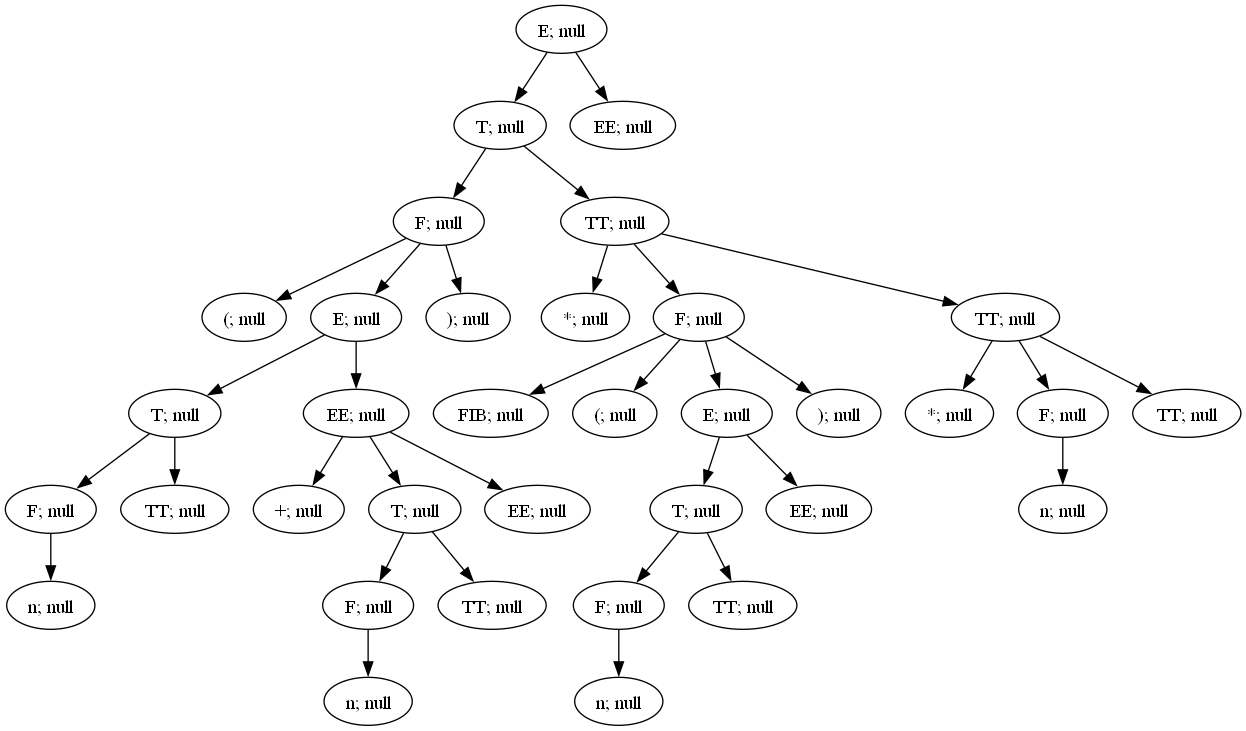
Earlier version of the Graphviz export lab4/graphA3.png (Ultimatereo/MT). Its source is kept beside it as lab4/graphA3.dot.
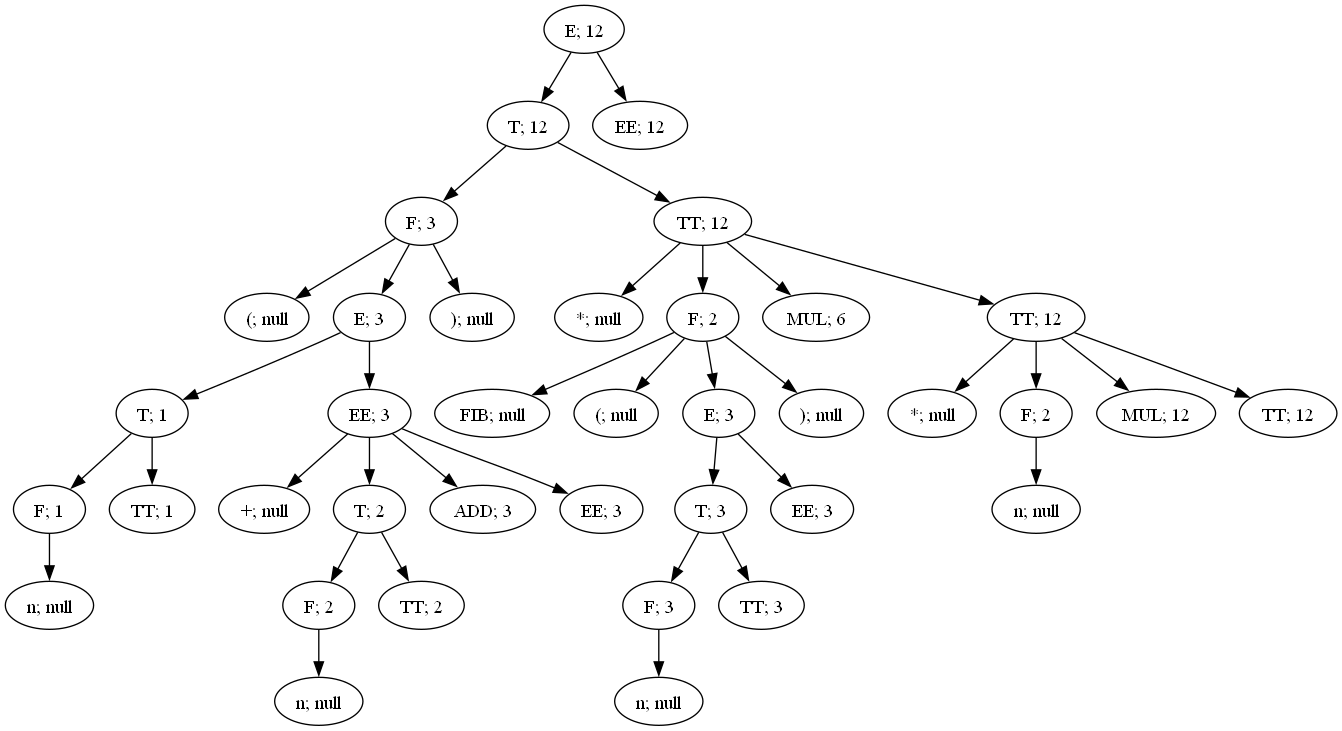
Above is the later version.

The edit, as a diff of the source:
```diff
@@ -1,105 +1,114 @@
 digraph ParserResult {
-"NonTerminal[name=E]_74" [label="E; null"]
-"NonTerminal[name=T]_72" [label="T; null"]
-"NonTerminal[name=E]_74"->"NonTerminal[name=T]_72";
-"NonTerminal[name=T]_72" [label="T; null"]
-"NonTerminal[name=F]_54" [label="F; null"]
-"NonTerminal[name=T]_72"->"NonTerminal[name=F]_54";
-"NonTerminal[name=F]_54" [label="F; null"]
-"Token{name='(', value='('}_40" [label="(; null"]
-"NonTerminal[name=F]_54"->"Token{name='(', value='('}_40";
-"Token{name='(', value='('}_40" [label="(; null"]
-"NonTerminal[name=E]_52" [label="E; null"]
-"NonTerminal[name=F]_54"->"NonTerminal[name=E]_52";
-"NonTerminal[name=E]_52" [label="E; null"]
-"NonTerminal[name=T]_44" [label="T; null"]
-"NonTerminal[name=E]_52"->"NonTerminal[name=T]_44";
-"NonTerminal[name=T]_44" [label="T; null"]
-"NonTerminal[name=F]_42" [label="F; null"]
-"NonTerminal[name=T]_44"->"NonTerminal[name=F]_42";
-"NonTerminal[name=F]_42" [label="F; null"]
-"Token{name='n', value='1'}_41" [label="n; null"]
-"NonTerminal[name=F]_42"->"Token{name='n', value='1'}_41";
-"Token{name='n', value='1'}_41" [label="n; null"]
-"NonTerminal[name=TT]_43" [label="TT; null"]
-"NonTerminal[name=T]_44"->"NonTerminal[name=TT]_43";
-"NonTerminal[name=TT]_43" [label="TT; null"]
-"NonTerminal[name=EE]_51" [label="EE; null"]
-"NonTerminal[name=E]_52"->"NonTerminal[name=EE]_51";
-"NonTerminal[name=EE]_51" [label="EE; null"]
-"Token{name='+', value='+'}_45" [label="+; null"]
-"NonTerminal[name=EE]_51"->"Token{name='+', value='+'}_45";
-"Token{name='+', value='+'}_45" [label="+; null"]
-"NonTerminal[name=T]_49" [label="T; null"]
-"NonTerminal[name=EE]_51"->"NonTerminal[name=T]_49";
-"NonTerminal[name=T]_49" [label="T; null"]
-"NonTerminal[name=F]_47" [label="F; null"]
-"NonTerminal[name=T]_49"->"NonTerminal[name=F]_47";
-"NonTerminal[name=F]_47" [label="F; null"]
-"Token{name='n', value='2'}_46" [label="n; null"]
-"NonTerminal[name=F]_47"->"Token{name='n', value='2'}_46";
-"Token{name='n', value='2'}_46" [label="n; null"]
-"NonTerminal[name=TT]_48" [label="TT; null"]
-"NonTerminal[name=T]_49"->"NonTerminal[name=TT]_48";
-"NonTerminal[name=TT]_48" [label="TT; null"]
-"NonTerminal[name=EE]_50" [label="EE; null"]
-"NonTerminal[name=EE]_51"->"NonTerminal[name=EE]_50";
-"NonTerminal[name=EE]_50" [label="EE; null"]
-"Token{name=')', value=')'}_53" [label="); null"]
-"NonTerminal[name=F]_54"->"Token{name=')', value=')'}_53";
-"Token{name=')', value=')'}_53" [label="); null"]
-"NonTerminal[name=TT]_71" [label="TT; null"]
-"NonTerminal[name=T]_72"->"NonTerminal[name=TT]_71";
-"NonTerminal[name=TT]_71" [label="TT; null"]
-"Token{name='*', value='*'}_55" [label="*; null"]
-"NonTerminal[name=TT]_71"->"Token{name='*', value='*'}_55";
-"Token{name='*', value='*'}_55" [label="*; null"]
-"NonTerminal[name=F]_65" [label="F; null"]
-"NonTerminal[name=TT]_71"->"NonTerminal[name=F]_65";
-"NonTerminal[name=F]_65" [label="F; null"]
-"Token{name='FIB', value='fib'}_56" [label="FIB; null"]
-"NonTerminal[name=F]_65"->"Token{name='FIB', value='fib'}_56";
-"Token{name='FIB', value='fib'}_56" [label="FIB; null"]
-"Token{name='(', value='('}_57" [label="(; null"]
-"NonTerminal[name=F]_65"->"Token{name='(', value='('}_57";
-"Token{name='(', value='('}_57" [label="(; null"]
-"NonTerminal[name=E]_63" [label="E; null"]
-"NonTerminal[name=F]_65"->"NonTerminal[name=E]_63";
-"NonTerminal[name=E]_63" [label="E; null"]
-"NonTerminal[name=T]_61" [label="T; null"]
-"NonTerminal[name=E]_63"->"NonTerminal[name=T]_61";
-"NonTerminal[name=T]_61" [label="T; null"]
-"NonTerminal[name=F]_59" [label="F; null"]
-"NonTerminal[name=T]_61"->"NonTerminal[name=F]_59";
-"NonTerminal[name=F]_59" [label="F; null"]
-"Token{name='n', value='3'}_58" [label="n; null"]
-"NonTerminal[name=F]_59"->"Token{name='n', value='3'}_58";
-"Token{name='n', value='3'}_58" [label="n; null"]
-"NonTerminal[name=TT]_60" [label="TT; null"]
-"NonTerminal[name=T]_61"->"NonTerminal[name=TT]_60";
-"NonTerminal[name=TT]_60" [label="TT; null"]
-"NonTerminal[name=EE]_62" [label="EE; null"]
-"NonTerminal[name=E]_63"->"NonTerminal[name=EE]_62";
-"NonTerminal[name=EE]_62" [label="EE; null"]
-"Token{name=')', value=')'}_64" [label="); null"]
-"NonTerminal[name=F]_65"->"Token{name=')', value=')'}_64";
-"Token{name=')', value=')'}_64" [label="); null"]
-"NonTerminal[name=TT]_70" [label="TT; null"]
-"NonTerminal[name=TT]_71"->"NonTerminal[name=TT]_70";
-"NonTerminal[name=TT]_70" [label="TT; null"]
-"Token{name='*', value='*'}_66" [label="*; null"]
-"NonTerminal[name=TT]_70"->"Token{name='*', value='*'}_66";
-"Token{name='*', value='*'}_66" [label="*; null"]
-"NonTerminal[name=F]_68" [label="F; null"]
-"NonTerminal[name=TT]_70"->"NonTerminal[name=F]_68";
-"NonTerminal[name=F]_68" [label="F; null"]
-"Token{name='n', value='2'}_67" [label="n; null"]
-"NonTerminal[name=F]_68"->"Token{name='n', value='2'}_67";
-"Token{name='n', value='2'}_67" [label="n; null"]
-"NonTerminal[name=TT]_69" [label="TT; null"]
-"NonTerminal[name=TT]_70"->"NonTerminal[name=TT]_69";
-"NonTerminal[name=TT]_69" [label="TT; null"]
-"NonTerminal[name=EE]_73" [label="EE; null"]
-"NonTerminal[name=E]_74"->"NonTerminal[name=EE]_73";
-"NonTerminal[name=EE]_73" [label="EE; null"]
+"NonTerminal[name=E]_80" [label="E; 12"]
+"NonTerminal[name=T]_78" [label="T; 12"]
+"NonTerminal[name=E]_80"->"NonTerminal[name=T]_78";
+"NonTerminal[name=T]_78" [label="T; 12"]
+"NonTerminal[name=F]_58" [label="F; 3"]
+"NonTerminal[name=T]_78"->"NonTerminal[name=F]_58";
+"NonTerminal[name=F]_58" [label="F; 3"]
+"Token{name='(', value='('}_43" [label="(; null"]
+"NonTerminal[name=F]_58"->"Token{name='(', value='('}_43";
+"Token{name='(', value='('}_43" [label="(; null"]
+"NonTerminal[name=E]_56" [label="E; 3"]
+"NonTerminal[name=F]_58"->"NonTerminal[name=E]_56";
+"NonTerminal[name=E]_56" [label="E; 3"]
+"NonTerminal[name=T]_47" [label="T; 1"]
+"NonTerminal[name=E]_56"->"NonTerminal[name=T]_47";
+"NonTerminal[name=T]_47" [label="T; 1"]
+"NonTerminal[name=F]_45" [label="F; 1"]
+"NonTerminal[name=T]_47"->"NonTerminal[name=F]_45";
+"NonTerminal[name=F]_45" [label="F; 1"]
+"Token{name='n', value='1'}_44" [label="n; null"]
+"NonTerminal[name=F]_45"->"Token{name='n', value='1'}_44";
+"Token{name='n', value='1'}_44" [label="n; null"]
+"NonTerminal[name=TT]_46" [label="TT; 1"]
+"NonTerminal[name=T]_47"->"NonTerminal[name=TT]_46";
+"NonTerminal[name=TT]_46" [label="TT; 1"]
+"NonTerminal[name=EE]_55" [label="EE; 3"]
+"NonTerminal[name=E]_56"->"NonTerminal[name=EE]_55";
+"NonTerminal[name=EE]_55" [label="EE; 3"]
+"Token{name='+', value='+'}_48" [label="+; null"]
+"NonTerminal[name=EE]_55"->"Token{name='+', value='+'}_48";
+"Token{name='+', value='+'}_48" [label="+; null"]
+"NonTerminal[name=T]_52" [label="T; 2"]
+"NonTerminal[name=EE]_55"->"NonTerminal[name=T]_52";
+"NonTerminal[name=T]_52" [label="T; 2"]
+"NonTerminal[name=F]_50" [label="F; 2"]
+"NonTerminal[name=T]_52"->"NonTerminal[name=F]_50";
+"NonTerminal[name=F]_50" [label="F; 2"]
+"Token{name='n', value='2'}_49" [label="n; null"]
+"NonTerminal[name=F]_50"->"Token{name='n', value='2'}_49";
+"Token{name='n', value='2'}_49" [label="n; null"]
+"NonTerminal[name=TT]_51" [label="TT; 2"]
+"NonTerminal[name=T]_52"->"NonTerminal[name=TT]_51";
+"NonTerminal[name=TT]_51" [label="TT; 2"]
+"NonTerminal[name=ADD]_53" [label="ADD; 3"]
+"NonTerminal[name=EE]_55"->"NonTerminal[name=ADD]_53";
+"NonTerminal[name=ADD]_53" [label="ADD; 3"]
+"NonTerminal[name=EE]_54" [label="EE; 3"]
+"NonTerminal[name=EE]_55"->"NonTerminal[name=EE]_54";
+"NonTerminal[name=EE]_54" [label="EE; 3"]
+"Token{name=')', value=')'}_57" [label="); null"]
+"NonTerminal[name=F]_58"->"Token{name=')', value=')'}_57";
+"Token{name=')', value=')'}_57" [label="); null"]
+"NonTerminal[name=TT]_77" [label="TT; 12"]
+"NonTerminal[name=T]_78"->"NonTerminal[name=TT]_77";
+"NonTerminal[name=TT]_77" [label="TT; 12"]
+"Token{name='*', value='*'}_59" [label="*; null"]
+"NonTerminal[name=TT]_77"->"Token{name='*', value='*'}_59";
+"Token{name='*', value='*'}_59" [label="*; null"]
+"NonTerminal[name=F]_69" [label="F; 2"]
+"NonTerminal[name=TT]_77"->"NonTerminal[name=F]_69";
+"NonTerminal[name=F]_69" [label="F; 2"]
+"Token{name='FIB', value='fib'}_60" [label="FIB; null"]
+"NonTerminal[name=F]_69"->"Token{name='FIB', value='fib'}_60";
+"Token{name='FIB', value='fib'}_60" [label="FIB; null"]
+"Token{name='(', value='('}_61" [label="(; null"]
+"NonTerminal[name=F]_69"->"Token{name='(', value='('}_61";
+"Token{name='(', value='('}_61" [label="(; null"]
+"NonTerminal[name=E]_67" [label="E; 3"]
+"NonTerminal[name=F]_69"->"NonTerminal[name=E]_67";
+"NonTerminal[name=E]_67" [label="E; 3"]
+"NonTerminal[name=T]_65" [label="T; 3"]
+"NonTerminal[name=E]_67"->"NonTerminal[name=T]_65";
+"NonTerminal[name=T]_65" [label="T; 3"]
+"NonTerminal[name=F]_63" [label="F; 3"]
+"NonTerminal[name=T]_65"->"NonTerminal[name=F]_63";
+"NonTerminal[name=F]_63" [label="F; 3"]
+"Token{name='n', value='3'}_62" [label="n; null"]
+"NonTerminal[name=F]_63"->"Token{name='n', value='3'}_62";
+"Token{name='n', value='3'}_62" [label="n; null"]
+"NonTerminal[name=TT]_64" [label="TT; 3"]
+"NonTerminal[name=T]_65"->"NonTerminal[name=TT]_64";
+"NonTerminal[name=TT]_64" [label="TT; 3"]
+"NonTerminal[name=EE]_66" [label="EE; 3"]
+"NonTerminal[name=E]_67"->"NonTerminal[name=EE]_66";
+"NonTerminal[name=EE]_66" [label="EE; 3"]
+"Token{name=')', value=')'}_68" [label="); null"]
+"NonTerminal[name=F]_69"->"Token{name=')', value=')'}_68";
+"Token{name=')', value=')'}_68" [label="); null"]
+"NonTerminal[name=MUL]_70" [label="MUL; 6"]
+"NonTerminal[name=TT]_77"->"NonTerminal[name=MUL]_70";
+"NonTerminal[name=MUL]_70" [label="MUL; 6"]
+"NonTerminal[name=TT]_76" [label="TT; 12"]
+"NonTerminal[name=TT]_77"->"NonTerminal[name=TT]_76";
+"NonTerminal[name=TT]_76" [label="TT; 12"]
+"Token{name='*', value='*'}_71" [label="*; null"]
+"NonTerminal[name=TT]_76"->"Token{name='*', value='*'}_71";
+"Token{name='*', value='*'}_71" [label="*; null"]
+"NonTerminal[name=F]_73" [label="F; 2"]
+"NonTerminal[name=TT]_76"->"NonTerminal[name=F]_73";
+"NonTerminal[name=F]_73" [label="F; 2"]
+"Token{name='n', value='2'}_72" [label="n; null"]
+"NonTerminal[name=F]_73"->"Token{name='n', value='2'}_72";
+"Token{name='n', value='2'}_72" [label="n; null"]
+"NonTerminal[name=MUL]_74" [label="MUL; 12"]
+"NonTerminal[name=TT]_76"->"NonTerminal[name=MUL]_74";
+"NonTerminal[name=MUL]_74" [label="MUL; 12"]
+"NonTerminal[name=TT]_75" [label="TT; 12"]
+"NonTerminal[name=TT]_76"->"NonTerminal[name=TT]_75";
+"NonTerminal[name=TT]_75" [label="TT; 12"]
+"NonTerminal[name=EE]_79" [label="EE; 12"]
+"NonTerminal[name=E]_80"->"NonTerminal[name=EE]_79";
+"NonTerminal[name=EE]_79" [label="EE; 12"]
 }
```
